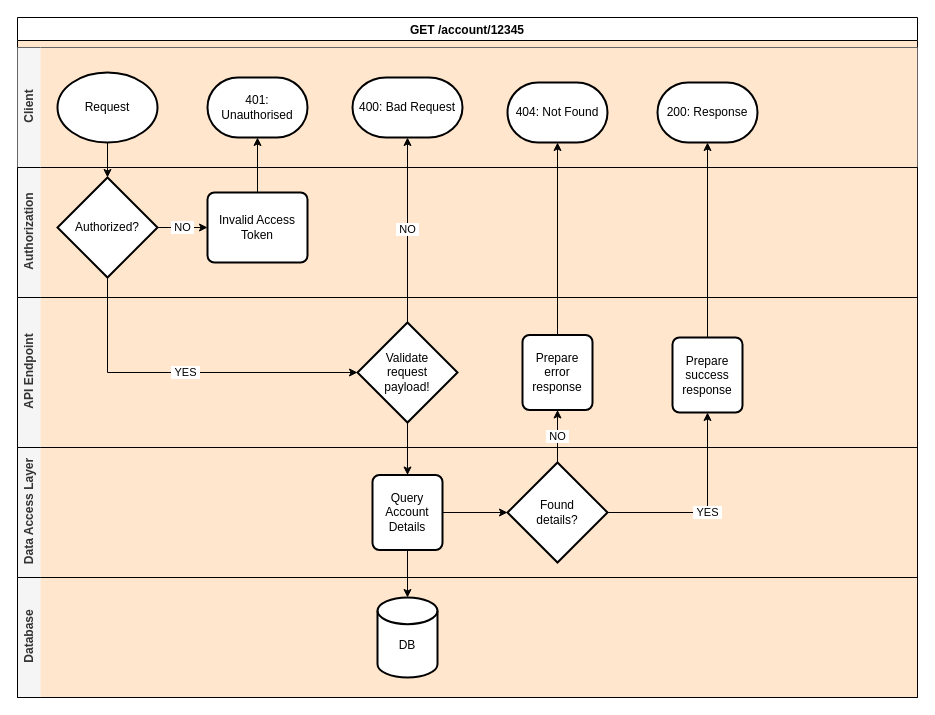
This is api_flowchart.drawio from ahmadwahyudi-gh/tickitzBE, a draw.io file, before an edit. Source tidied: cells renumbered, new cells numbered last; positions are measured from the earlier drawing's top-left corner, leaving out a move shared by most shapes. Both pictures are drawn from the tidied source at 100%, with x=0, y=0 at pixel (17, 17).
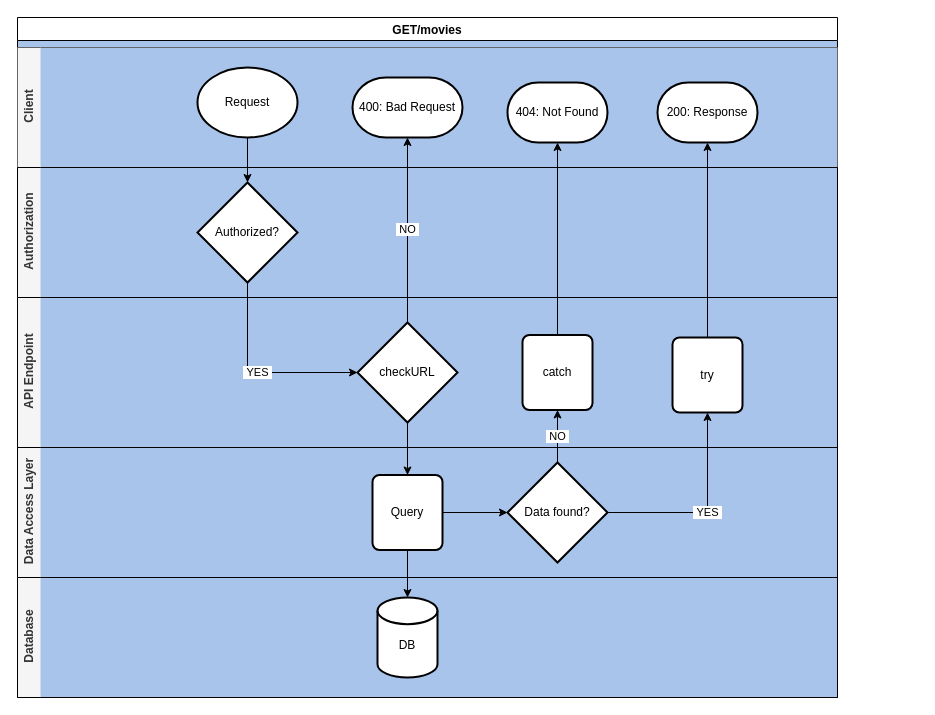
The same diagram, later.

Diff of the diagram source:
```diff
@@
-    <mxCell id="2" value="GET /account/12345" style="swimlane;swimlaneLine=1;glass=0;shadow=0;rounded=0;sketch=0;swimlaneFillColor=#FFE6CC;" parent="1" vertex="1">
-      <mxGeometry width="900" height="680" as="geometry" />
+    <mxCell id="2" value="GET/movies" style="swimlane;swimlaneLine=1;glass=0;shadow=0;rounded=0;sketch=0;swimlaneFillColor=#A9C4EB;" parent="1" vertex="1">
+      <mxGeometry width="820" height="680" as="geometry" />
     </mxCell>
     <mxCell id="3" value="Client" style="swimlane;html=1;horizontal=0;swimlaneLine=0;fillColor=#f5f5f5;strokeColor=#666666;fontColor=#333333;" parent="2" vertex="1">
-      <mxGeometry y="30" width="900" height="120" as="geometry" />
+      <mxGeometry y="30" width="820" height="120" as="geometry" />
     </mxCell>
     <mxCell id="4" value="Request" style="strokeWidth=2;html=1;shape=mxgraph.flowchart.start_1;whiteSpace=wrap;" parent="3" vertex="1">
-      <mxGeometry x="40" y="25" width="100" height="70" as="geometry" />
+      <mxGeometry x="180" y="20" width="100" height="70" as="geometry" />
     </mxCell>
-    <mxCell id="5" value="401: Unauthorised" style="strokeWidth=2;html=1;shape=mxgraph.flowchart.terminator;whiteSpace=wrap;" parent="3" vertex="1">
-      <mxGeometry x="190" y="30" width="100" height="60" as="geometry" />
-    </mxCell>
@@
     <mxCell id="9" value="Authorization" style="swimlane;html=1;horizontal=0;swimlaneLine=0;fillColor=#f5f5f5;fontColor=#333333;" parent="2" vertex="1">
-      <mxGeometry y="150" width="900" height="130" as="geometry" />
+      <mxGeometry y="150" width="820" height="130" as="geometry" />
     </mxCell>
-    <mxCell id="10" value="&amp;nbsp;NO&amp;nbsp;" style="edgeStyle=orthogonalEdgeStyle;rounded=0;jettySize=auto;html=1;entryX=0;entryY=0.5;entryDx=0;entryDy=0;" parent="9" edge="1" source="11" target="12">
-      <mxGeometry relative="1" as="geometry" />
-    </mxCell>
     <mxCell id="11" value="Authorized?" style="strokeWidth=2;html=1;shape=mxgraph.flowchart.decision;whiteSpace=wrap;" parent="9" vertex="1">
-      <mxGeometry x="40" y="10" width="100" height="100" as="geometry" />
+      <mxGeometry x="180" y="15" width="100" height="100" as="geometry" />
     </mxCell>
-    <mxCell id="12" value="Invalid Access Token" style="rounded=1;whiteSpace=wrap;html=1;absoluteArcSize=1;arcSize=14;strokeWidth=2;" parent="9" vertex="1">
-      <mxGeometry x="190" y="25" width="100" height="70" as="geometry" />
-    </mxCell>
     <mxCell id="13" value="API Endpoint" style="swimlane;html=1;horizontal=0;swimlaneLine=0;fillColor=#f5f5f5;fontColor=#333333;" parent="2" vertex="1">
-      <mxGeometry y="280" width="900" height="150" as="geometry" />
+      <mxGeometry y="280" width="820" height="150" as="geometry" />
     </mxCell>
-    <mxCell id="14" value="Validate &lt;br&gt;request &lt;br&gt;payload!" style="strokeWidth=2;html=1;shape=mxgraph.flowchart.decision;whiteSpace=wrap;" parent="13" vertex="1">
+    <mxCell id="14" value="checkURL" style="strokeWidth=2;html=1;shape=mxgraph.flowchart.decision;whiteSpace=wrap;" parent="13" vertex="1">
       <mxGeometry x="340" y="25" width="100" height="100" as="geometry" />
     </mxCell>
-    <mxCell id="15" value="Prepare&lt;br&gt;error&lt;br&gt;response" style="rounded=1;whiteSpace=wrap;html=1;absoluteArcSize=1;arcSize=14;strokeWidth=2;shadow=0;glass=0;sketch=0;gradientColor=none;" parent="13" vertex="1">
+    <mxCell id="15" value="catch" style="rounded=1;whiteSpace=wrap;html=1;absoluteArcSize=1;arcSize=14;strokeWidth=2;shadow=0;glass=0;sketch=0;gradientColor=none;" parent="13" vertex="1">
       <mxGeometry x="505" y="37.5" width="70" height="75" as="geometry" />
     </mxCell>
-    <mxCell id="16" value="Prepare&lt;br&gt;success&lt;br&gt;response" style="rounded=1;whiteSpace=wrap;html=1;absoluteArcSize=1;arcSize=14;strokeWidth=2;shadow=0;glass=0;sketch=0;gradientColor=none;" parent="13" vertex="1">
+    <mxCell id="16" value="try" style="rounded=1;whiteSpace=wrap;html=1;absoluteArcSize=1;arcSize=14;strokeWidth=2;shadow=0;glass=0;sketch=0;gradientColor=none;" parent="13" vertex="1">
       <mxGeometry x="655" y="40" width="70" height="75" as="geometry" />
     </mxCell>
@@
-    <mxCell id="18" style="edgeStyle=orthogonalEdgeStyle;rounded=0;jettySize=auto;html=1;entryX=0.5;entryY=1;entryDx=0;entryDy=0;entryPerimeter=0;" parent="2" edge="1" source="12" target="5">
-      <mxGeometry relative="1" as="geometry" />
-    </mxCell>
     <mxCell id="19" value="Data Access Layer" style="swimlane;html=1;horizontal=0;swimlaneLine=0;startSize=23;fillColor=#f5f5f5;fontColor=#333333;" parent="2" vertex="1">
-      <mxGeometry y="430" width="900" height="130" as="geometry" />
+      <mxGeometry y="430" width="820" height="130" as="geometry" />
     </mxCell>
@@
-    <mxCell id="21" value="Query Account Details" style="rounded=1;whiteSpace=wrap;html=1;absoluteArcSize=1;arcSize=14;strokeWidth=2;shadow=0;glass=0;sketch=0;gradientColor=none;" parent="19" vertex="1">
+    <mxCell id="21" value="Query" style="rounded=1;whiteSpace=wrap;html=1;absoluteArcSize=1;arcSize=14;strokeWidth=2;shadow=0;glass=0;sketch=0;gradientColor=none;" parent="19" vertex="1">
       <mxGeometry x="355" y="27.5" width="70" height="75" as="geometry" />
     </mxCell>
-    <mxCell id="22" value="Found&lt;br&gt;details?" style="strokeWidth=2;html=1;shape=mxgraph.flowchart.decision;whiteSpace=wrap;" parent="19" vertex="1">
+    <mxCell id="22" value="Data found?" style="strokeWidth=2;html=1;shape=mxgraph.flowchart.decision;whiteSpace=wrap;" parent="19" vertex="1">
       <mxGeometry x="490" y="15" width="100" height="100" as="geometry" />
     </mxCell>
@@
     <mxCell id="24" value="Database" style="swimlane;html=1;horizontal=0;swimlaneLine=0;startSize=23;fillColor=#f5f5f5;fontColor=#333333;" parent="2" vertex="1">
-      <mxGeometry y="560" width="900" height="120" as="geometry" />
+      <mxGeometry y="560" width="820" height="120" as="geometry" />
     </mxCell>
@@
     <mxCell id="26" value="&amp;nbsp;YES&amp;nbsp;" style="edgeStyle=orthogonalEdgeStyle;rounded=0;jettySize=auto;html=1;entryX=0;entryY=0.5;entryDx=0;entryDy=0;entryPerimeter=0;" parent="2" edge="1" source="11" target="14">
       <mxGeometry relative="1" as="geometry">
         <Array as="points">
-          <mxPoint x="90" y="355" />
+          <mxPoint x="230" y="355" />
         </Array>
       </mxGeometry>
     </mxCell>
```
